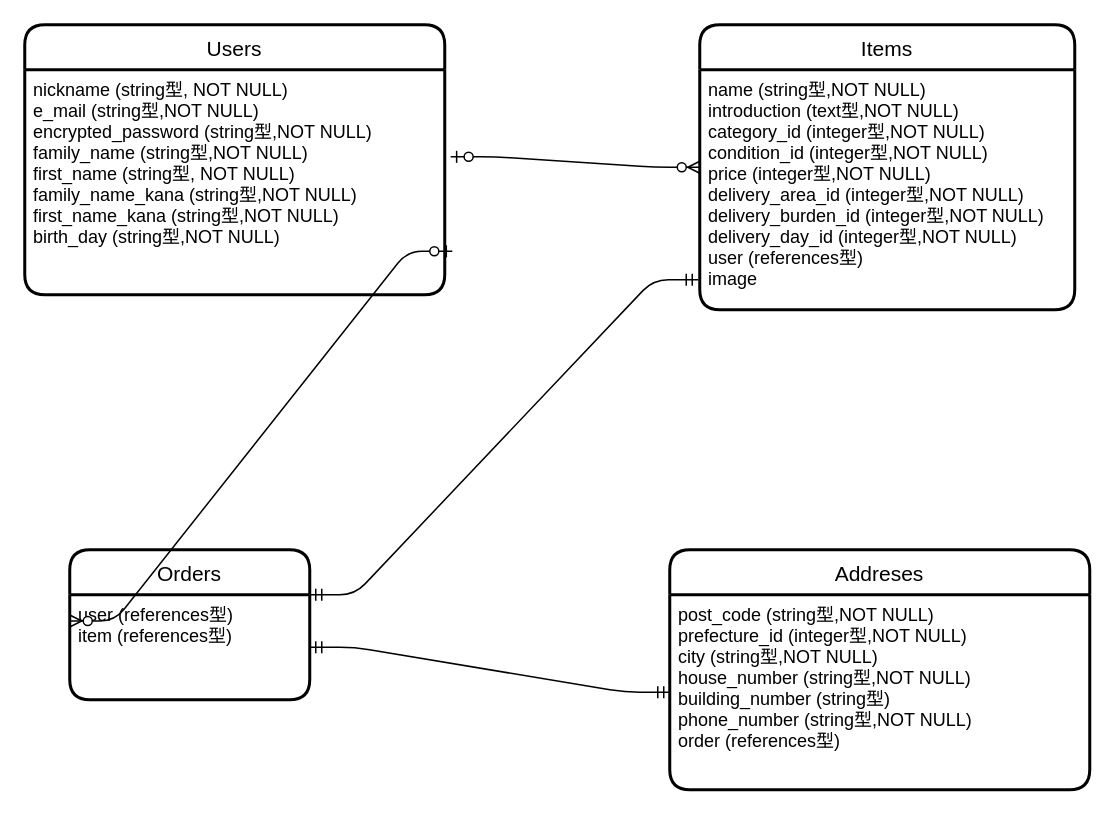
hondaseiiti/furima-31137 keeps this draw.io diagram as app/furima.dio. Above is the earlier version. Source tidied: cells renumbered, new cells numbered last; positions are measured from the earlier drawing's top-left corner, leaving out a move shared by most shapes. Both pictures are drawn from the tidied source at 150%, with x=0, y=0 at pixel (24, 24).
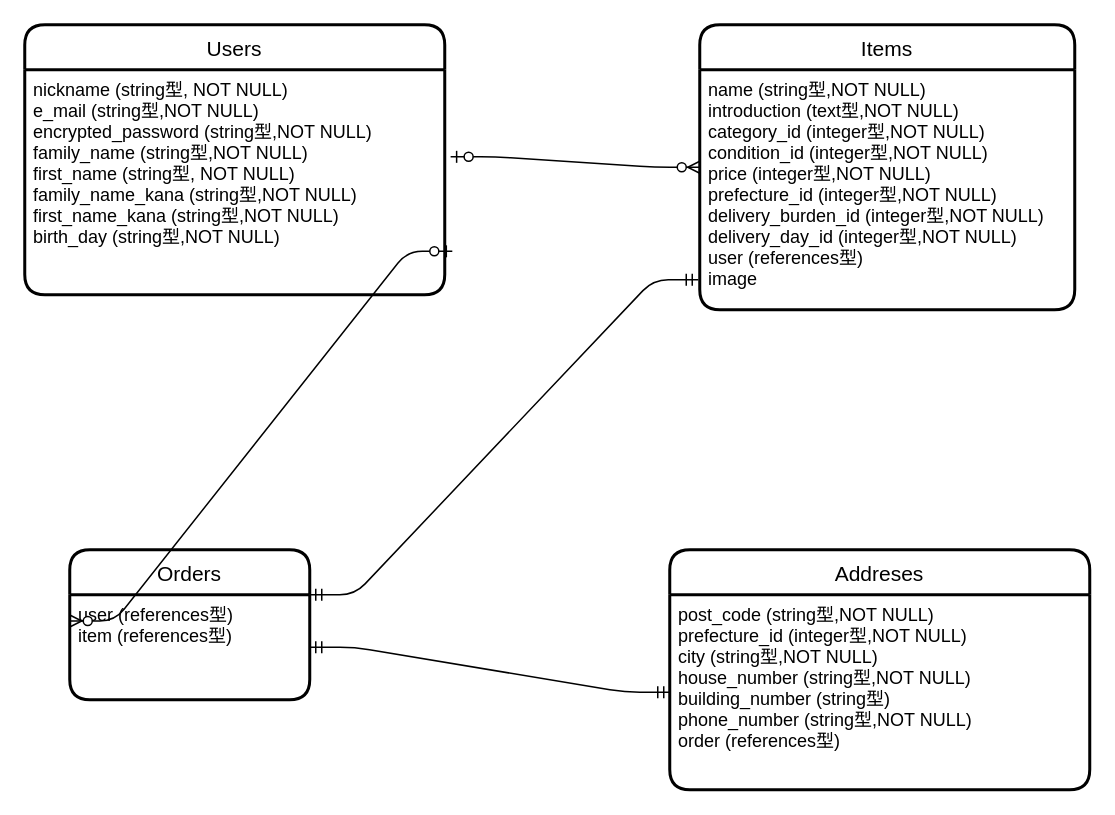
After the change.

Change to the diagram source:
```diff
@@
 <mxGraphModel>
   <root>
     <mxCell id="0" />
     <mxCell id="1" parent="0" />
     <mxCell id="2" value="Items" style="swimlane;horizontal=1;startSize=30;rounded=1;fontSize=14;fontStyle=0;strokeWidth=2;shadow=0;dashed=0;align=center;" parent="1" vertex="1">
       <mxGeometry x="450" width="250" height="190" as="geometry" />
     </mxCell>
-    <mxCell id="3" value="name (string型,NOT NULL)&#10;introduction (text型,NOT NULL)&#10;category_id (integer型,NOT NULL)&#10;condition_id (integer型,NOT NULL)&#10;price (integer型,NOT NULL)&#10;delivery_area_id (integer型,NOT NULL)&#10;delivery_burden_id (integer型,NOT NULL)&#10;delivery_day_id (integer型,NOT NULL)&#10;user (references型)&#10;image" style="align=left;strokeColor=none;fillColor=none;spacingLeft=4;fontSize=12;verticalAlign=top;" parent="2" vertex="1">
+    <mxCell id="3" value="name (string型,NOT NULL)&#10;introduction (text型,NOT NULL)&#10;category_id (integer型,NOT NULL)&#10;condition_id (integer型,NOT NULL)&#10;price (integer型,NOT NULL)&#10;prefecture_id (integer型,NOT NULL)&#10;delivery_burden_id (integer型,NOT NULL)&#10;delivery_day_id (integer型,NOT NULL)&#10;user (references型)&#10;image" style="align=left;strokeColor=none;fillColor=none;spacingLeft=4;fontSize=12;verticalAlign=top;" parent="2" vertex="1">
       <mxGeometry y="30" width="250" height="160" as="geometry" />
     </mxCell>
     <mxCell id="4" value="Orders" style="swimlane;horizontal=1;startSize=30;rounded=1;fontSize=14;fontStyle=0;strokeWidth=2;shadow=0;dashed=0;align=center;" parent="1" vertex="1">
       <mxGeometry x="30" y="350" width="160" height="100" as="geometry" />
     </mxCell>
     <mxCell id="5" value="user (references型)&#10;item (references型)" style="align=left;strokeColor=none;fillColor=none;spacingLeft=4;fontSize=12;verticalAlign=top;" parent="4" vertex="1">
       <mxGeometry y="30" width="160" height="70" as="geometry" />
     </mxCell>
     <mxCell id="6" value="Addreses" style="swimlane;horizontal=1;startSize=30;rounded=1;fontSize=14;fontStyle=0;strokeWidth=2;shadow=0;dashed=0;align=center;" parent="1" vertex="1">
       <mxGeometry x="430" y="350" width="280" height="160" as="geometry" />
     </mxCell>
     <mxCell id="7" value="post_code (string型,NOT NULL)&#10;prefecture_id (integer型,NOT NULL)&#10;city (string型,NOT NULL)&#10;house_number (string型,NOT NULL)&#10;building_number (string型)&#10;phone_number (string型,NOT NULL)&#10;order (references型)" style="align=left;strokeColor=none;fillColor=none;spacingLeft=4;fontSize=12;verticalAlign=top;" parent="6" vertex="1">
       <mxGeometry y="30" width="280" height="130" as="geometry" />
     </mxCell>
     <mxCell id="8" value="Users" style="swimlane;horizontal=1;startSize=30;rounded=1;fontSize=14;fontStyle=0;strokeWidth=2;shadow=0;dashed=0;align=center;" parent="1" vertex="1">
       <mxGeometry width="280" height="180" as="geometry" />
     </mxCell>
     <mxCell id="9" value="nickname (string型, NOT NULL)&#10;e_mail (string型,NOT NULL)&#10;encrypted_password (string型,NOT NULL)&#10;family_name (string型,NOT NULL)&#10;first_name (string型, NOT NULL)&#10;family_name_kana (string型,NOT NULL)&#10;first_name_kana (string型,NOT NULL)&#10;birth_day (string型,NOT NULL)" style="align=left;strokeColor=none;fillColor=none;spacingLeft=4;fontSize=12;verticalAlign=top;" parent="8" vertex="1">
       <mxGeometry y="30" width="280" height="150" as="geometry" />
     </mxCell>
     <mxCell id="10" style="edgeStyle=entityRelationEdgeStyle;fontSize=12;html=1;endArrow=ERzeroToMany;startArrow=ERzeroToOne;exitX=1.014;exitY=0.387;exitDx=0;exitDy=0;exitPerimeter=0;entryX=0;entryY=0.5;entryDx=0;entryDy=0;" parent="1" edge="1" source="9" target="2">
       <mxGeometry relative="1" as="geometry" />
     </mxCell>
     <mxCell id="11" style="edgeStyle=entityRelationEdgeStyle;fontSize=12;html=1;endArrow=ERzeroToMany;startArrow=ERzeroToOne;exitX=1.018;exitY=0.807;exitDx=0;exitDy=0;exitPerimeter=0;entryX=0;entryY=0.25;entryDx=0;entryDy=0;" parent="1" edge="1" source="9" target="5">
       <mxGeometry relative="1" as="geometry" />
     </mxCell>
     <mxCell id="12" style="edgeStyle=entityRelationEdgeStyle;fontSize=12;html=1;endArrow=ERmandOne;startArrow=ERmandOne;exitX=1;exitY=0;exitDx=0;exitDy=0;entryX=-0.004;entryY=0.875;entryDx=0;entryDy=0;entryPerimeter=0;" parent="1" edge="1" source="5" target="3">
       <mxGeometry relative="1" as="geometry" />
     </mxCell>
     <mxCell id="13" style="edgeStyle=entityRelationEdgeStyle;fontSize=12;html=1;endArrow=ERmandOne;startArrow=ERmandOne;exitX=1;exitY=0.5;exitDx=0;exitDy=0;" parent="1" edge="1" source="5" target="7">
       <mxGeometry relative="1" as="geometry" />
     </mxCell>
   </root>
 </mxGraphModel>
```
